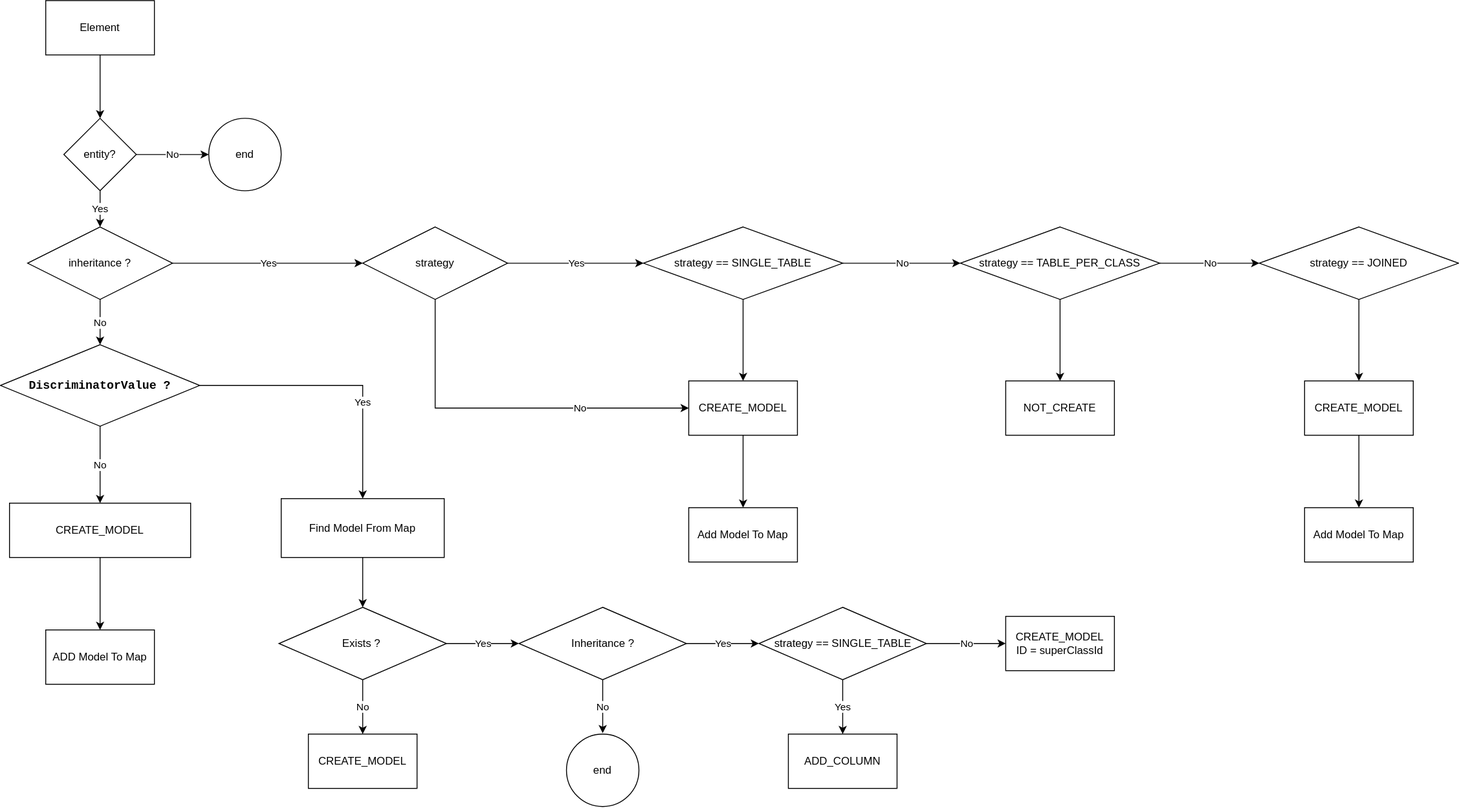
The draw.io diagram processor-table-ddl.drawio.svg in songmag/ddl-annotation-processor, before a commit. Source tidied: cells renumbered, new cells last; positions are measured from the earlier drawing's top-left corner, leaving out a move shared by most shapes. Its diagram source:
```xml
<mxGraphModel>
  <root>
    <mxCell id="0" />
    <mxCell id="1" parent="0" />
    <mxCell id="2" style="edgeStyle=orthogonalEdgeStyle;rounded=0;jettySize=auto;html=1;" parent="1" edge="1" source="3" target="6">
      <mxGeometry relative="1" as="geometry" />
    </mxCell>
    <mxCell id="3" value="Element" style="rounded=0;whiteSpace=wrap;html=1;" parent="1" vertex="1">
      <mxGeometry x="50" width="120" height="60" as="geometry" />
    </mxCell>
    <mxCell id="4" value="No" style="edgeStyle=orthogonalEdgeStyle;rounded=0;jettySize=auto;html=1;" parent="1" edge="1" source="6" target="7">
      <mxGeometry relative="1" as="geometry" />
    </mxCell>
    <mxCell id="5" value="Yes" style="edgeStyle=orthogonalEdgeStyle;rounded=0;jettySize=auto;html=1;" parent="1" edge="1" source="6" target="10">
      <mxGeometry relative="1" as="geometry" />
    </mxCell>
    <mxCell id="6" value="entity?" style="rhombus;whiteSpace=wrap;html=1;rounded=0;" parent="1" vertex="1">
      <mxGeometry x="70" y="130" width="80" height="80" as="geometry" />
    </mxCell>
    <mxCell id="7" value="end" style="ellipse;whiteSpace=wrap;html=1;rounded=0;" parent="1" vertex="1">
      <mxGeometry x="230" y="130" width="80" height="80" as="geometry" />
    </mxCell>
    <mxCell id="8" value="No" style="edgeStyle=orthogonalEdgeStyle;rounded=0;jettySize=auto;html=1;" parent="1" edge="1" source="10" target="13">
      <mxGeometry relative="1" as="geometry" />
    </mxCell>
    <mxCell id="9" value="Yes" style="edgeStyle=orthogonalEdgeStyle;rounded=0;jettySize=auto;html=1;fontColor=#000000;" parent="1" edge="1" source="10" target="18">
      <mxGeometry relative="1" as="geometry" />
    </mxCell>
    <mxCell id="10" value="inheritance ?" style="rhombus;whiteSpace=wrap;html=1;rounded=0;" parent="1" vertex="1">
      <mxGeometry x="30" y="250" width="160" height="80" as="geometry" />
    </mxCell>
    <mxCell id="11" value="No" style="edgeStyle=orthogonalEdgeStyle;rounded=0;jettySize=auto;html=1;fontColor=#000000;entryX=0.5;entryY=0;entryDx=0;entryDy=0;" parent="1" edge="1" source="13" target="34">
      <mxGeometry relative="1" as="geometry" />
    </mxCell>
    <mxCell id="12" value="Yes" style="edgeStyle=orthogonalEdgeStyle;rounded=0;jettySize=auto;html=1;fontColor=#000000;" parent="1" edge="1" source="13" target="15">
      <mxGeometry x="0.3" relative="1" as="geometry" />
    </mxCell>
    <mxCell id="13" value="&lt;p style=&quot;font-family: &amp;quot;JetBrains Mono&amp;quot;, monospace; font-size: 9.8pt;&quot;&gt;&lt;b style=&quot;&quot;&gt;&lt;font style=&quot;background-color: rgb(255, 255, 255);&quot;&gt;DiscriminatorValue ?&lt;/font&gt;&lt;/b&gt;&lt;/p&gt;" style="rhombus;whiteSpace=wrap;html=1;rounded=0;" parent="1" vertex="1">
      <mxGeometry y="380" width="220" height="90" as="geometry" />
    </mxCell>
    <mxCell id="14" style="edgeStyle=orthogonalEdgeStyle;rounded=0;jettySize=auto;html=1;fontColor=#000000;" parent="1" edge="1" source="15" target="39">
      <mxGeometry relative="1" as="geometry" />
    </mxCell>
    <mxCell id="15" value="Find Model From Map" style="whiteSpace=wrap;html=1;rounded=0;" parent="1" vertex="1">
      <mxGeometry x="310" y="550" width="180" height="65" as="geometry" />
    </mxCell>
    <mxCell id="16" value="No" style="edgeStyle=orthogonalEdgeStyle;rounded=0;jettySize=auto;html=1;fontColor=#000000;entryX=0;entryY=0.5;entryDx=0;entryDy=0;" parent="1" edge="1" source="18" target="23">
      <mxGeometry x="0.4" relative="1" as="geometry">
        <Array as="points">
          <mxPoint x="480" y="450" />
        </Array>
      </mxGeometry>
    </mxCell>
    <mxCell id="17" value="Yes" style="edgeStyle=orthogonalEdgeStyle;rounded=0;jettySize=auto;html=1;fontColor=#000000;" parent="1" edge="1" source="18" target="21">
      <mxGeometry relative="1" as="geometry" />
    </mxCell>
    <mxCell id="18" value="strategy" style="rhombus;whiteSpace=wrap;html=1;rounded=0;" parent="1" vertex="1">
      <mxGeometry x="400" y="250" width="160" height="80" as="geometry" />
    </mxCell>
    <mxCell id="19" style="edgeStyle=orthogonalEdgeStyle;rounded=0;jettySize=auto;html=1;fontColor=#000000;" parent="1" edge="1" source="21" target="23">
      <mxGeometry relative="1" as="geometry" />
    </mxCell>
    <mxCell id="20" value="No" style="edgeStyle=orthogonalEdgeStyle;rounded=0;jettySize=auto;html=1;fontColor=#000000;" parent="1" edge="1" source="21" target="26">
      <mxGeometry relative="1" as="geometry" />
    </mxCell>
    <mxCell id="21" value="strategy == SINGLE_TABLE" style="rhombus;whiteSpace=wrap;html=1;rounded=0;" parent="1" vertex="1">
      <mxGeometry x="710" y="250" width="220" height="80" as="geometry" />
    </mxCell>
    <mxCell id="22" style="edgeStyle=orthogonalEdgeStyle;rounded=0;jettySize=auto;html=1;fontColor=#000000;" parent="1" edge="1" source="23" target="32">
      <mxGeometry relative="1" as="geometry" />
    </mxCell>
    <mxCell id="23" value="CREATE_MODEL" style="whiteSpace=wrap;html=1;rounded=0;" parent="1" vertex="1">
      <mxGeometry x="760" y="420" width="120" height="60" as="geometry" />
    </mxCell>
    <mxCell id="24" value="No" style="edgeStyle=orthogonalEdgeStyle;rounded=0;jettySize=auto;html=1;fontColor=#000000;" parent="1" edge="1" source="26" target="28">
      <mxGeometry relative="1" as="geometry" />
    </mxCell>
    <mxCell id="25" style="edgeStyle=orthogonalEdgeStyle;rounded=0;jettySize=auto;html=1;fontColor=#000000;" parent="1" edge="1" source="26" target="29">
      <mxGeometry relative="1" as="geometry" />
    </mxCell>
    <mxCell id="26" value="strategy == TABLE_PER_CLASS" style="rhombus;whiteSpace=wrap;html=1;rounded=0;" parent="1" vertex="1">
      <mxGeometry x="1060" y="250" width="220" height="80" as="geometry" />
    </mxCell>
    <mxCell id="27" style="edgeStyle=orthogonalEdgeStyle;rounded=0;jettySize=auto;html=1;fontColor=#000000;" parent="1" edge="1" source="28" target="31">
      <mxGeometry relative="1" as="geometry" />
    </mxCell>
    <mxCell id="28" value="strategy == JOINED" style="rhombus;whiteSpace=wrap;html=1;rounded=0;" parent="1" vertex="1">
      <mxGeometry x="1390" y="250" width="220" height="80" as="geometry" />
    </mxCell>
    <mxCell id="29" value="NOT_CREATE" style="whiteSpace=wrap;html=1;rounded=0;" parent="1" vertex="1">
      <mxGeometry x="1110" y="420" width="120" height="60" as="geometry" />
    </mxCell>
    <mxCell id="30" style="edgeStyle=orthogonalEdgeStyle;rounded=0;jettySize=auto;html=1;fontColor=#000000;" parent="1" edge="1" source="31" target="36">
      <mxGeometry relative="1" as="geometry" />
    </mxCell>
    <mxCell id="31" value="CREATE_MODEL" style="whiteSpace=wrap;html=1;rounded=0;" parent="1" vertex="1">
      <mxGeometry x="1440" y="420" width="120" height="60" as="geometry" />
    </mxCell>
    <mxCell id="32" value="Add Model To Map" style="whiteSpace=wrap;html=1;rounded=0;" parent="1" vertex="1">
      <mxGeometry x="760" y="560" width="120" height="60" as="geometry" />
    </mxCell>
    <mxCell id="33" style="edgeStyle=orthogonalEdgeStyle;rounded=0;jettySize=auto;html=1;fontColor=#000000;" parent="1" edge="1" source="34" target="35">
      <mxGeometry relative="1" as="geometry" />
    </mxCell>
    <mxCell id="34" value="CREATE_MODEL" style="rounded=0;whiteSpace=wrap;html=1;labelBackgroundColor=#FFFFFF;fontColor=#000000;" parent="1" vertex="1">
      <mxGeometry x="10" y="555" width="200" height="60" as="geometry" />
    </mxCell>
    <mxCell id="35" value="ADD Model To Map" style="whiteSpace=wrap;html=1;fontColor=#000000;rounded=0;labelBackgroundColor=#FFFFFF;" parent="1" vertex="1">
      <mxGeometry x="50" y="695" width="120" height="60" as="geometry" />
    </mxCell>
    <mxCell id="36" value="Add Model To Map" style="whiteSpace=wrap;html=1;rounded=0;" parent="1" vertex="1">
      <mxGeometry x="1440" y="560" width="120" height="60" as="geometry" />
    </mxCell>
    <mxCell id="37" value="No" style="edgeStyle=orthogonalEdgeStyle;rounded=0;jettySize=auto;html=1;fontColor=#000000;" parent="1" edge="1" source="39" target="40">
      <mxGeometry relative="1" as="geometry" />
    </mxCell>
    <mxCell id="38" value="Yes" style="edgeStyle=orthogonalEdgeStyle;rounded=0;jettySize=auto;html=1;fontColor=#000000;" parent="1" edge="1" source="39" target="43">
      <mxGeometry relative="1" as="geometry" />
    </mxCell>
    <mxCell id="39" value="Exists ?&amp;nbsp;" style="rhombus;whiteSpace=wrap;html=1;rounded=0;" parent="1" vertex="1">
      <mxGeometry x="307.5" y="670" width="185" height="80" as="geometry" />
    </mxCell>
    <mxCell id="40" value="CREATE_MODEL" style="whiteSpace=wrap;html=1;rounded=0;" parent="1" vertex="1">
      <mxGeometry x="340" y="810" width="120" height="60" as="geometry" />
    </mxCell>
    <mxCell id="41" value="No" style="edgeStyle=orthogonalEdgeStyle;rounded=0;jettySize=auto;html=1;fontColor=#000000;" parent="1" edge="1" source="43">
      <mxGeometry relative="1" as="geometry">
        <mxPoint x="665" y="809" as="targetPoint" />
      </mxGeometry>
    </mxCell>
    <mxCell id="42" value="Yes" style="edgeStyle=orthogonalEdgeStyle;rounded=0;jettySize=auto;html=1;fontColor=#000000;" parent="1" edge="1" source="43" target="47">
      <mxGeometry relative="1" as="geometry" />
    </mxCell>
    <mxCell id="43" value="Inheritance ?" style="rhombus;whiteSpace=wrap;html=1;rounded=0;" parent="1" vertex="1">
      <mxGeometry x="572.5" y="670" width="185" height="80" as="geometry" />
    </mxCell>
    <mxCell id="44" value="end" style="ellipse;whiteSpace=wrap;html=1;rounded=0;" parent="1" vertex="1">
      <mxGeometry x="625" y="810" width="80" height="80" as="geometry" />
    </mxCell>
    <mxCell id="45" value="Yes" style="edgeStyle=orthogonalEdgeStyle;rounded=0;jettySize=auto;html=1;fontColor=#000000;" parent="1" edge="1" source="47" target="48">
      <mxGeometry relative="1" as="geometry" />
    </mxCell>
    <mxCell id="46" value="No" style="edgeStyle=orthogonalEdgeStyle;rounded=0;jettySize=auto;html=1;fontColor=#000000;" parent="1" edge="1" source="47" target="49">
      <mxGeometry relative="1" as="geometry" />
    </mxCell>
    <mxCell id="47" value="strategy == SINGLE_TABLE" style="rhombus;whiteSpace=wrap;html=1;rounded=0;" parent="1" vertex="1">
      <mxGeometry x="837.5" y="670" width="185" height="80" as="geometry" />
    </mxCell>
    <mxCell id="48" value="ADD_COLUMN" style="whiteSpace=wrap;html=1;rounded=0;" parent="1" vertex="1">
      <mxGeometry x="870" y="810" width="120" height="60" as="geometry" />
    </mxCell>
    <mxCell id="49" value="CREATE_MODEL&lt;br&gt;ID = superClassId" style="whiteSpace=wrap;html=1;rounded=0;" parent="1" vertex="1">
      <mxGeometry x="1110" y="680" width="120" height="60" as="geometry" />
    </mxCell>
  </root>
</mxGraphModel>
```
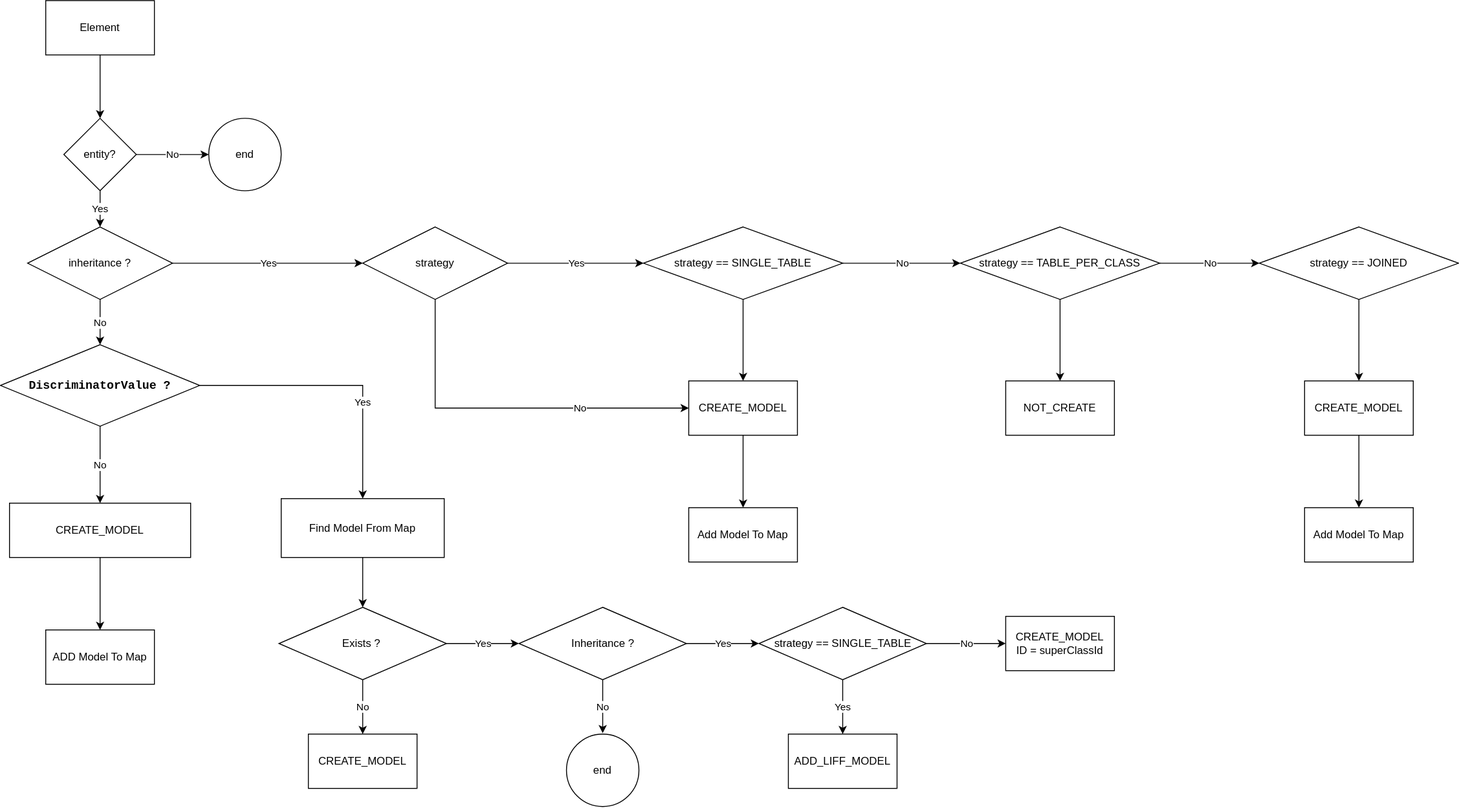
Later version of the same file.

The edit, as a diff of the source:
```diff
@@ -146,7 +146,7 @@
     <mxCell id="47" value="strategy == SINGLE_TABLE" style="rhombus;whiteSpace=wrap;html=1;rounded=0;" parent="1" vertex="1">
       <mxGeometry x="837.5" y="670" width="185" height="80" as="geometry" />
     </mxCell>
-    <mxCell id="48" value="ADD_COLUMN" style="whiteSpace=wrap;html=1;rounded=0;" parent="1" vertex="1">
+    <mxCell id="48" value="ADD_LIFF_MODEL" style="whiteSpace=wrap;html=1;rounded=0;" parent="1" vertex="1">
       <mxGeometry x="870" y="810" width="120" height="60" as="geometry" />
     </mxCell>
     <mxCell id="49" value="CREATE_MODEL&lt;br&gt;ID = superClassId" style="whiteSpace=wrap;html=1;rounded=0;" parent="1" vertex="1">
```
